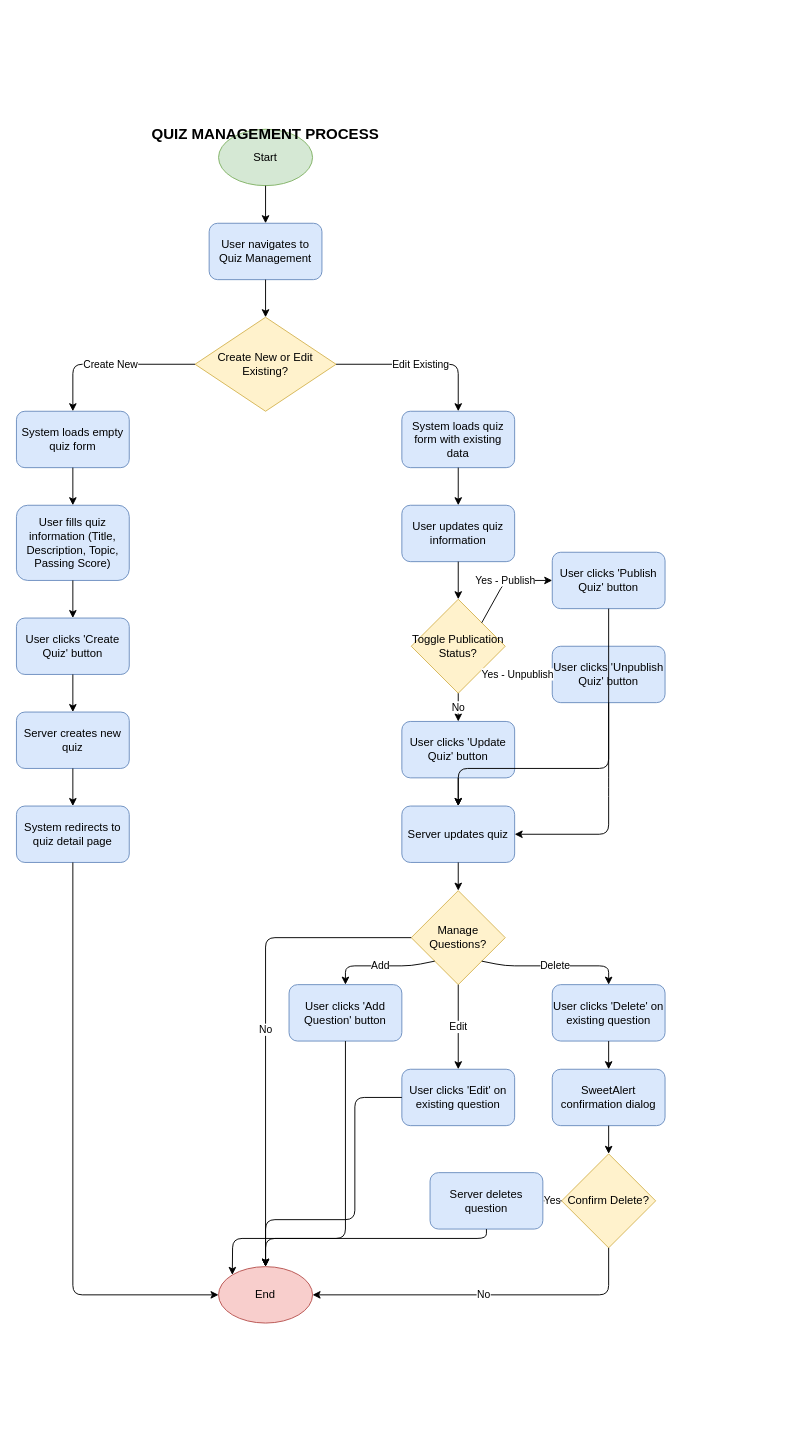
PotatoLover169/CTTMO-Traffic-violation-Management-System keeps this draw.io diagram as quiz_management_process.drawio. Above is the earlier version. Source tidied: cells renumbered, new cells numbered last; positions are measured from the earlier drawing's top-left corner, leaving out a move shared by most shapes. Both pictures are drawn from the tidied source at 94%, with x=0, y=0 at pixel (16, 119).
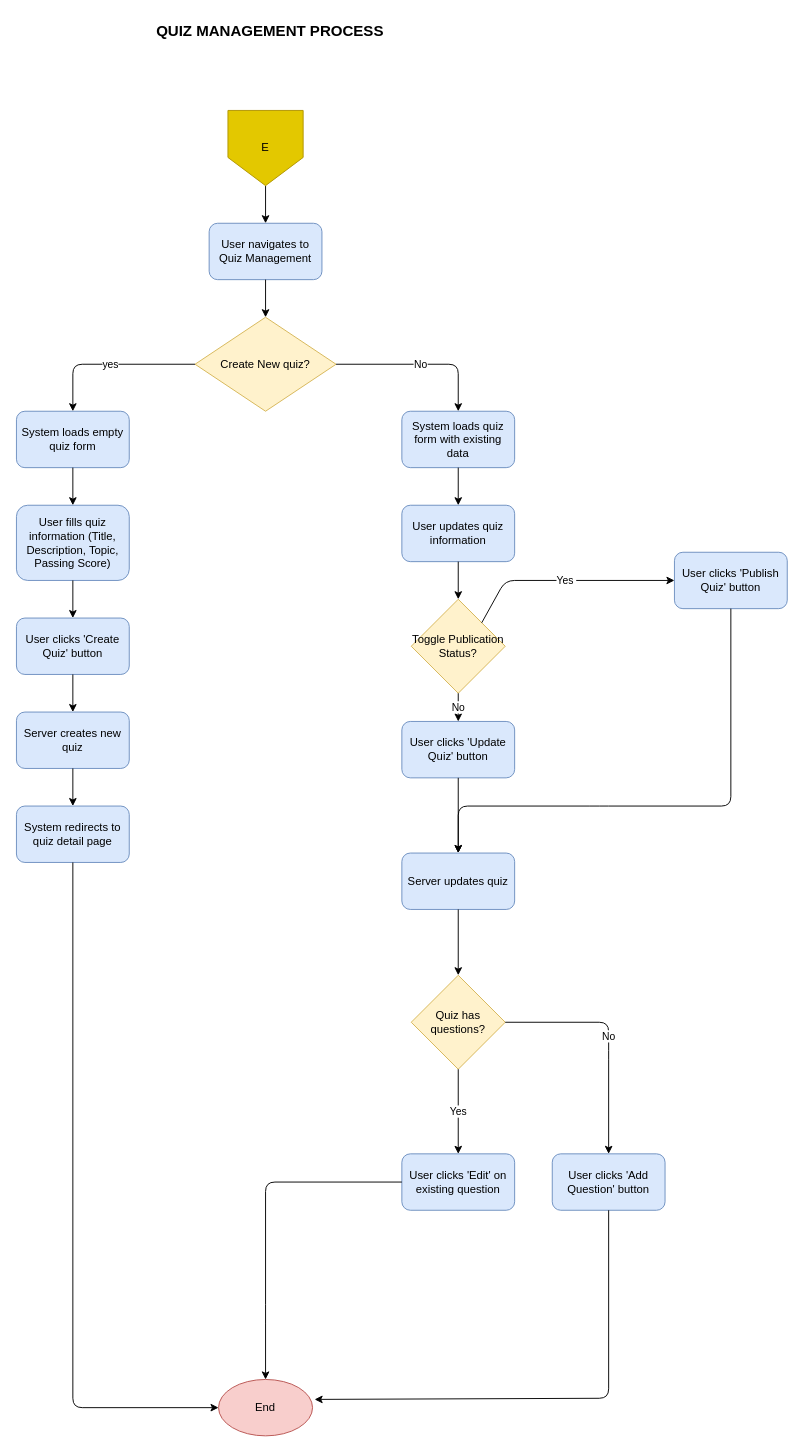
Above is the later version.

Unchanged cells that the change refers to:
```xml
<mxCell id="3" value="User navigates to Quiz Management" style="rounded=1;whiteSpace=wrap;html=1;fillColor=#dae8fc;strokeColor=#6c8ebf;" parent="1" vertex="1">
  <mxGeometry x="205" y="110" width="120" height="60" as="geometry" />
</mxCell>
<mxCell id="5" value="System loads empty quiz form" style="rounded=1;whiteSpace=wrap;html=1;fillColor=#dae8fc;strokeColor=#6c8ebf;" parent="1" vertex="1">
  <mxGeometry y="310" width="120" height="60" as="geometry" />
</mxCell>
<mxCell id="6" value="System loads quiz form with existing data" style="rounded=1;whiteSpace=wrap;html=1;fillColor=#dae8fc;strokeColor=#6c8ebf;" parent="1" vertex="1">
  <mxGeometry x="410" y="310" width="120" height="60" as="geometry" />
</mxCell>
<mxCell id="10" value="Toggle Publication Status?" style="rhombus;whiteSpace=wrap;html=1;fillColor=#fff2cc;strokeColor=#d6b656;" parent="1" vertex="1">
  <mxGeometry x="420" y="510" width="100" height="100" as="geometry" />
</mxCell>
<mxCell id="16" value="System redirects to quiz detail page" style="rounded=1;whiteSpace=wrap;html=1;fillColor=#dae8fc;strokeColor=#6c8ebf;" parent="1" vertex="1">
  <mxGeometry y="730" width="120" height="60" as="geometry" />
</mxCell>
```

Diff of the diagram source:
```diff
@@
-    <mxCell id="2" value="Start" style="ellipse;whiteSpace=wrap;html=1;fillColor=#d5e8d4;strokeColor=#82b366;" parent="1" vertex="1">
-      <mxGeometry x="215" y="10" width="100" height="60" as="geometry" />
-    </mxCell>
@@
-    <mxCell id="4" value="Create New or Edit Existing?" style="rhombus;whiteSpace=wrap;html=1;fillColor=#fff2cc;strokeColor=#d6b656;" parent="1" vertex="1">
+    <mxCell id="4" value="Create New quiz?" style="rhombus;whiteSpace=wrap;html=1;fillColor=#fff2cc;strokeColor=#d6b656;" parent="1" vertex="1">
       <mxGeometry x="190" y="210" width="150" height="100" as="geometry" />
     </mxCell>
@@
     <mxCell id="11" value="User clicks 'Publish Quiz' button" style="rounded=1;whiteSpace=wrap;html=1;fillColor=#dae8fc;strokeColor=#6c8ebf;" parent="1" vertex="1">
-      <mxGeometry x="570" y="460" width="120" height="60" as="geometry" />
+      <mxGeometry x="700" y="460" width="120" height="60" as="geometry" />
     </mxCell>
-    <mxCell id="12" value="User clicks 'Unpublish Quiz' button" style="rounded=1;whiteSpace=wrap;html=1;fillColor=#dae8fc;strokeColor=#6c8ebf;" parent="1" vertex="1">
-      <mxGeometry x="570" y="560" width="120" height="60" as="geometry" />
-    </mxCell>
@@
     <mxCell id="15" value="Server updates quiz" style="rounded=1;whiteSpace=wrap;html=1;fillColor=#dae8fc;strokeColor=#6c8ebf;" parent="1" vertex="1">
-      <mxGeometry x="410" y="730" width="120" height="60" as="geometry" />
+      <mxGeometry x="410" y="780" width="120" height="60" as="geometry" />
     </mxCell>
@@
-    <mxCell id="17" value="Manage Questions?" style="rhombus;whiteSpace=wrap;html=1;fillColor=#fff2cc;strokeColor=#d6b656;" parent="1" vertex="1">
-      <mxGeometry x="420" y="820" width="100" height="100" as="geometry" />
+    <mxCell id="17" value="Quiz has questions?" style="rhombus;whiteSpace=wrap;html=1;fillColor=#fff2cc;strokeColor=#d6b656;" parent="1" vertex="1">
+      <mxGeometry x="420" y="910" width="100" height="100" as="geometry" />
     </mxCell>
     <mxCell id="18" value="User clicks 'Add Question' button" style="rounded=1;whiteSpace=wrap;html=1;fillColor=#dae8fc;strokeColor=#6c8ebf;" parent="1" vertex="1">
-      <mxGeometry x="290" y="920" width="120" height="60" as="geometry" />
+      <mxGeometry x="570" y="1100" width="120" height="60" as="geometry" />
     </mxCell>
     <mxCell id="19" value="User clicks 'Edit' on existing question" style="rounded=1;whiteSpace=wrap;html=1;fillColor=#dae8fc;strokeColor=#6c8ebf;" parent="1" vertex="1">
-      <mxGeometry x="410" y="1010" width="120" height="60" as="geometry" />
+      <mxGeometry x="410" y="1100" width="120" height="60" as="geometry" />
     </mxCell>
-    <mxCell id="20" value="User clicks 'Delete' on existing question" style="rounded=1;whiteSpace=wrap;html=1;fillColor=#dae8fc;strokeColor=#6c8ebf;" parent="1" vertex="1">
-      <mxGeometry x="570" y="920" width="120" height="60" as="geometry" />
-    </mxCell>
-    <mxCell id="21" value="SweetAlert confirmation dialog" style="rounded=1;whiteSpace=wrap;html=1;fillColor=#dae8fc;strokeColor=#6c8ebf;" parent="1" vertex="1">
-      <mxGeometry x="570" y="1010" width="120" height="60" as="geometry" />
-    </mxCell>
-    <mxCell id="22" value="Confirm Delete?" style="rhombus;whiteSpace=wrap;html=1;fillColor=#fff2cc;strokeColor=#d6b656;" parent="1" vertex="1">
-      <mxGeometry x="580" y="1100" width="100" height="100" as="geometry" />
-    </mxCell>
-    <mxCell id="23" value="Server deletes question" style="rounded=1;whiteSpace=wrap;html=1;fillColor=#dae8fc;strokeColor=#6c8ebf;" parent="1" vertex="1">
-      <mxGeometry x="440" y="1120" width="120" height="60" as="geometry" />
-    </mxCell>
     <mxCell id="24" value="End" style="ellipse;whiteSpace=wrap;html=1;fillColor=#f8cecc;strokeColor=#b85450;" parent="1" vertex="1">
-      <mxGeometry x="215" y="1220" width="100" height="60" as="geometry" />
+      <mxGeometry x="215" y="1340" width="100" height="60" as="geometry" />
     </mxCell>
-    <mxCell id="25" style="endArrow=classic;html=1;exitX=0.5;exitY=1;exitDx=0;exitDy=0;entryX=0.5;entryY=0;entryDx=0;entryDy=0;" parent="1" edge="1" source="2" target="3">
-      <mxGeometry relative="1" as="geometry" />
+    <mxCell id="25" style="endArrow=classic;html=1;exitX=0.5;exitY=1;exitDx=0;exitDy=0;entryX=0.5;entryY=0;entryDx=0;entryDy=0;" parent="1" edge="1" target="3">
+      <mxGeometry relative="1" as="geometry">
+        <mxPoint x="265" y="70" as="sourcePoint" />
+      </mxGeometry>
     </mxCell>
@@
-    <mxCell id="27" value="Create New" style="endArrow=classic;html=1;exitX=0;exitY=0.5;exitDx=0;exitDy=0;entryX=0.5;entryY=0;entryDx=0;entryDy=0;" parent="1" edge="1" source="4" target="5">
+    <mxCell id="27" value="yes" style="endArrow=classic;html=1;exitX=0;exitY=0.5;exitDx=0;exitDy=0;entryX=0.5;entryY=0;entryDx=0;entryDy=0;" parent="1" edge="1" source="4" target="5">
       <mxGeometry relative="1" as="geometry">
         <Array as="points">
           <mxPoint x="60" y="260" />
         </Array>
       </mxGeometry>
     </mxCell>
-    <mxCell id="28" value="Edit Existing" style="endArrow=classic;html=1;exitX=1;exitY=0.5;exitDx=0;exitDy=0;entryX=0.5;entryY=0;entryDx=0;entryDy=0;" parent="1" edge="1" source="4" target="6">
+    <mxCell id="28" value="No" style="endArrow=classic;html=1;exitX=1;exitY=0.5;exitDx=0;exitDy=0;entryX=0.5;entryY=0;entryDx=0;entryDy=0;" parent="1" edge="1" source="4" target="6">
       <mxGeometry relative="1" as="geometry">
         <Array as="points">
           <mxPoint x="470" y="260" />
         </Array>
       </mxGeometry>
     </mxCell>
@@
-    <mxCell id="35" value="Yes - Publish" style="endArrow=classic;html=1;exitX=1;exitY=0;exitDx=0;exitDy=0;entryX=0;entryY=0.5;entryDx=0;entryDy=0;" parent="1" edge="1" source="10" target="11">
+    <mxCell id="35" value="Yes&amp;nbsp;" style="endArrow=classic;html=1;exitX=1;exitY=0;exitDx=0;exitDy=0;entryX=0;entryY=0.5;entryDx=0;entryDy=0;" parent="1" edge="1" source="10" target="11">
       <mxGeometry relative="1" as="geometry">
         <Array as="points">
           <mxPoint x="520" y="490" />
         </Array>
       </mxGeometry>
     </mxCell>
-    <mxCell id="36" value="Yes - Unpublish" style="endArrow=classic;html=1;exitX=1;exitY=1;exitDx=0;exitDy=0;entryX=0;entryY=0.5;entryDx=0;entryDy=0;" parent="1" edge="1" source="10" target="12">
-      <mxGeometry relative="1" as="geometry">
-        <Array as="points">
-          <mxPoint x="520" y="590" />
-        </Array>
-      </mxGeometry>
-    </mxCell>
@@
     <mxCell id="39" style="endArrow=classic;html=1;exitX=0.5;exitY=1;exitDx=0;exitDy=0;entryX=0.5;entryY=0;entryDx=0;entryDy=0;" parent="1" edge="1" source="11" target="15">
       <mxGeometry relative="1" as="geometry">
         <Array as="points">
-          <mxPoint x="630" y="690" />
-          <mxPoint x="470" y="690" />
+          <mxPoint x="760" y="730" />
+          <mxPoint x="620" y="730" />
+          <mxPoint x="470" y="730" />
         </Array>
       </mxGeometry>
     </mxCell>
-    <mxCell id="40" style="endArrow=classic;html=1;exitX=0.5;exitY=1;exitDx=0;exitDy=0;entryX=1;entryY=0.5;entryDx=0;entryDy=0;" parent="1" edge="1" source="12" target="15">
-      <mxGeometry relative="1" as="geometry">
-        <Array as="points">
-          <mxPoint x="630" y="710" />
-          <mxPoint x="630" y="760" />
-        </Array>
-      </mxGeometry>
-    </mxCell>
@@
-    <mxCell id="42" value="Add" style="endArrow=classic;html=1;exitX=0;exitY=1;exitDx=0;exitDy=0;entryX=0.5;entryY=0;entryDx=0;entryDy=0;" parent="1" edge="1" source="17" target="18">
+    <mxCell id="42" value="No" style="endArrow=classic;html=1;exitX=1;exitY=0.5;exitDx=0;exitDy=0;entryX=0.5;entryY=0;entryDx=0;entryDy=0;" parent="1" edge="1" source="17" target="18">
       <mxGeometry relative="1" as="geometry">
         <Array as="points">
-          <mxPoint x="420" y="900" />
-          <mxPoint x="350" y="900" />
+          <mxPoint x="630" y="960" />
+          <mxPoint x="630" y="990" />
         </Array>
       </mxGeometry>
     </mxCell>
-    <mxCell id="43" value="Edit" style="endArrow=classic;html=1;exitX=0.5;exitY=1;exitDx=0;exitDy=0;entryX=0.5;entryY=0;entryDx=0;entryDy=0;" parent="1" edge="1" source="17" target="19">
+    <mxCell id="43" value="Yes" style="endArrow=classic;html=1;exitX=0.5;exitY=1;exitDx=0;exitDy=0;entryX=0.5;entryY=0;entryDx=0;entryDy=0;" parent="1" edge="1" source="17" target="19">
       <mxGeometry relative="1" as="geometry" />
     </mxCell>
-    <mxCell id="44" value="Delete" style="endArrow=classic;html=1;exitX=1;exitY=1;exitDx=0;exitDy=0;entryX=0.5;entryY=0;entryDx=0;entryDy=0;" parent="1" edge="1" source="17" target="20">
-      <mxGeometry relative="1" as="geometry">
-        <Array as="points">
-          <mxPoint x="520" y="900" />
-          <mxPoint x="630" y="900" />
-        </Array>
-      </mxGeometry>
-    </mxCell>
-    <mxCell id="45" style="endArrow=classic;html=1;exitX=0.5;exitY=1;exitDx=0;exitDy=0;entryX=0.5;entryY=0;entryDx=0;entryDy=0;" parent="1" edge="1" source="20" target="21">
-      <mxGeometry relative="1" as="geometry" />
-    </mxCell>
-    <mxCell id="46" style="endArrow=classic;html=1;exitX=0.5;exitY=1;exitDx=0;exitDy=0;entryX=0.5;entryY=0;entryDx=0;entryDy=0;" parent="1" edge="1" source="21" target="22">
-      <mxGeometry relative="1" as="geometry" />
-    </mxCell>
-    <mxCell id="47" value="Yes" style="endArrow=classic;html=1;exitX=0;exitY=0.5;exitDx=0;exitDy=0;entryX=1;entryY=0.5;entryDx=0;entryDy=0;" parent="1" edge="1" source="22" target="23">
-      <mxGeometry relative="1" as="geometry" />
-    </mxCell>
-    <mxCell id="48" value="No" style="endArrow=classic;html=1;exitX=0.5;exitY=1;exitDx=0;exitDy=0;entryX=1;entryY=0.5;entryDx=0;entryDy=0;" parent="1" edge="1" source="22" target="24">
-      <mxGeometry relative="1" as="geometry">
-        <Array as="points">
-          <mxPoint x="630" y="1250" />
-        </Array>
-      </mxGeometry>
-    </mxCell>
     <mxCell id="49" style="endArrow=classic;html=1;exitX=0.5;exitY=1;exitDx=0;exitDy=0;entryX=0;entryY=0.5;entryDx=0;entryDy=0;" parent="1" edge="1" source="16" target="24">
       <mxGeometry relative="1" as="geometry">
         <Array as="points">
-          <mxPoint x="60" y="1250" />
+          <mxPoint x="60" y="1370" />
         </Array>
       </mxGeometry>
     </mxCell>
-    <mxCell id="50" style="endArrow=classic;html=1;exitX=0.5;exitY=1;exitDx=0;exitDy=0;entryX=0.5;entryY=0;entryDx=0;entryDy=0;" parent="1" edge="1" source="23" target="24">
-      <mxGeometry relative="1" as="geometry">
-        <Array as="points">
-          <mxPoint x="500" y="1190" />
-          <mxPoint x="265" y="1190" />
-        </Array>
-      </mxGeometry>
-    </mxCell>
+    <mxCell id="52" style="endArrow=classic;html=1;exitX=0;exitY=0.5;exitDx=0;exitDy=0;entryX=0.5;entryY=0;entryDx=0;entryDy=0;" parent="1" edge="1" source="19" target="24">
+      <mxGeometry relative="1" as="geometry">
+        <Array as="points">
+          <mxPoint x="265" y="1130" />
+          <mxPoint x="265" y="1270" />
+        </Array>
+      </mxGeometry>
+    </mxCell>
+    <mxCell id="54" value="QUIZ MANAGEMENT PROCESS" style="text;html=1;strokeColor=none;fillColor=none;align=center;verticalAlign=middle;whiteSpace=wrap;rounded=0;fontSize=16;fontStyle=1;" parent="1" vertex="1">
+      <mxGeometry x="120" y="-110" width="300" height="30" as="geometry" />
+    </mxCell>
-    <mxCell id="51" style="endArrow=classic;html=1;exitX=0.5;exitY=1;exitDx=0;exitDy=0;entryX=0;entryY=0;entryDx=0;entryDy=0;" parent="1" edge="1" source="18" target="24">
+    <mxCell id="51" style="edgeStyle=none;html=1;entryX=1.022;entryY=0.354;entryDx=0;entryDy=0;entryPerimeter=0;" parent="1" edge="1" source="18" target="24">
       <mxGeometry relative="1" as="geometry">
         <Array as="points">
-          <mxPoint x="350" y="1190" />
-          <mxPoint x="230" y="1190" />
+          <mxPoint x="630" y="1360" />
         </Array>
       </mxGeometry>
     </mxCell>
-    <mxCell id="52" style="endArrow=classic;html=1;exitX=0;exitY=0.5;exitDx=0;exitDy=0;entryX=0.5;entryY=0;entryDx=0;entryDy=0;" parent="1" edge="1" source="19" target="24">
-      <mxGeometry relative="1" as="geometry">
-        <Array as="points">
-          <mxPoint x="360" y="1040" />
-          <mxPoint x="360" y="1170" />
-          <mxPoint x="265" y="1170" />
-        </Array>
-      </mxGeometry>
-    </mxCell>
-    <mxCell id="53" value="No" style="endArrow=classic;html=1;exitX=0;exitY=0.5;exitDx=0;exitDy=0;entryX=0.5;entryY=0;entryDx=0;entryDy=0;" parent="1" edge="1" source="17" target="24">
-      <mxGeometry relative="1" as="geometry">
-        <Array as="points">
-          <mxPoint x="265" y="870" />
-        </Array>
-      </mxGeometry>
-    </mxCell>
-    <mxCell id="54" value="QUIZ MANAGEMENT PROCESS" style="text;html=1;strokeColor=none;fillColor=none;align=center;verticalAlign=middle;whiteSpace=wrap;rounded=0;fontSize=16;fontStyle=1;" parent="1" vertex="1">
-      <mxGeometry x="115" width="300" height="30" as="geometry" />
-    </mxCell>
+    <mxCell id="55" value="E" style="shape=offPageConnector;whiteSpace=wrap;html=1;fillColor=#e3c800;fontColor=#000000;strokeColor=#B09500;" parent="1" vertex="1">
+      <mxGeometry x="225" y="-10" width="80" height="80" as="geometry" />
+    </mxCell>
```
